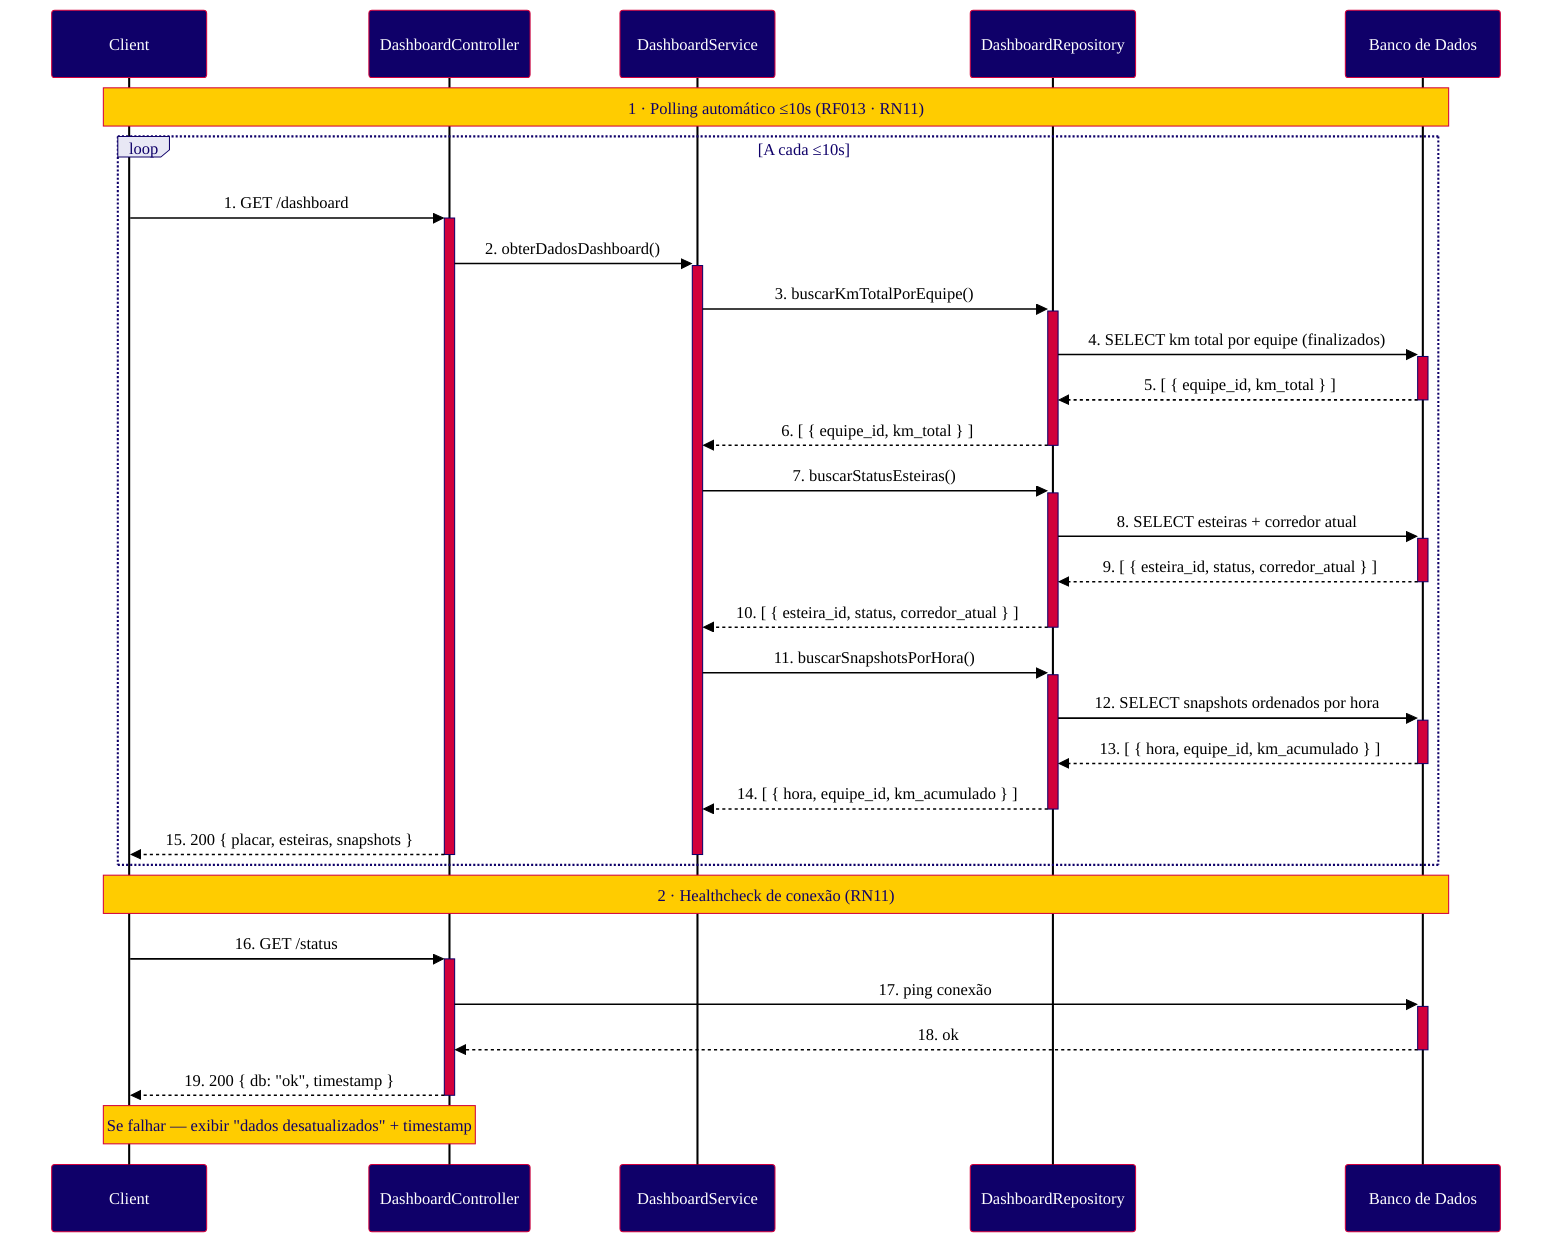
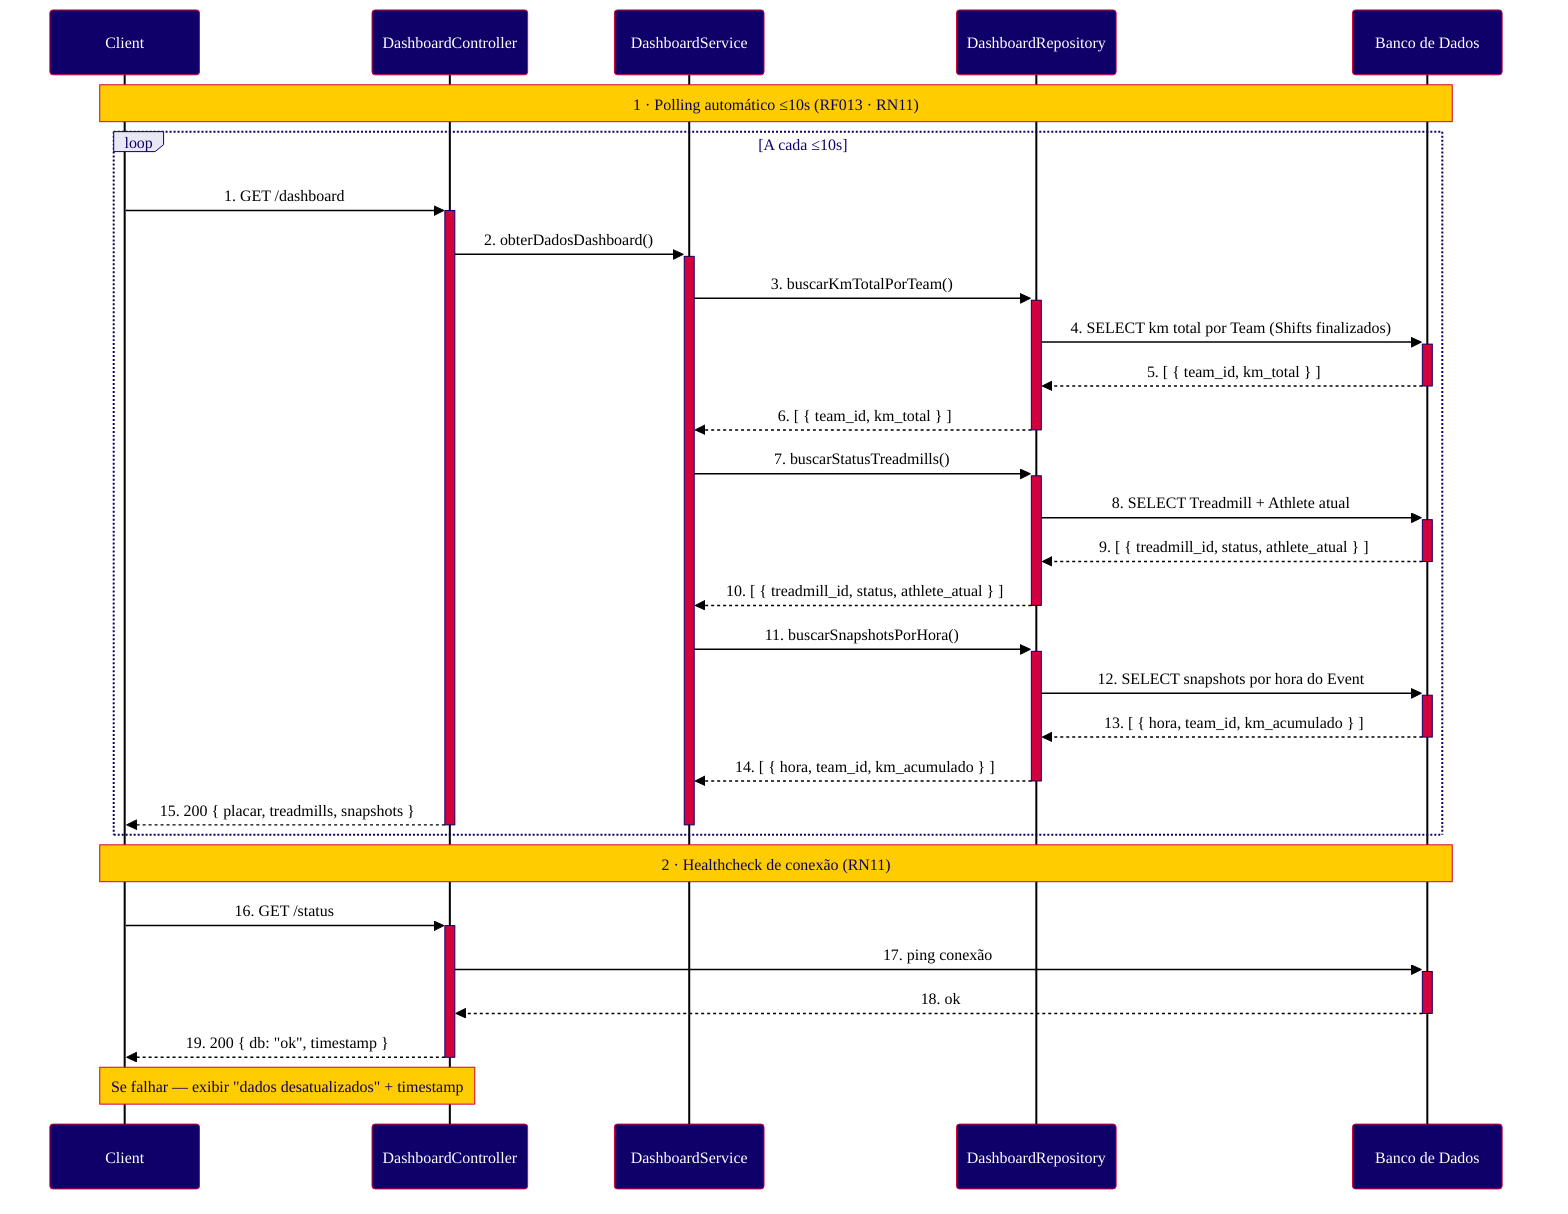

%%{init: {
  "theme": "base",
  "themeVariables": {
    "primaryColor": "#0F0069",
    "primaryTextColor": "#FFFFFF",
    "primaryBorderColor": "#D2003C",
    "secondaryColor": "#D2003C",
    "secondaryTextColor": "#FFFFFF",
    "secondaryBorderColor": "#D2003C",
    "tertiaryColor": "#E8E8F5",
    "tertiaryTextColor": "#0F0069",
    "tertiaryBorderColor": "#0F0069",
    "noteBkgColor": "#FFCC00",
    "noteTextColor": "#0F0069",
    "noteBorderColor": "#D2003C",
    "activationBkgColor": "#D2003C",
    "activationBorderColor": "#0F0069",
    "actorBkg": "#0F0069",
    "actorTextColor": "#FFFFFF",
    "actorBorderColor": "#D2003C",
    "actorLineColor": "#000000",
    "signalColor": "#000000",
    "signalTextColor": "#000000",
    "labelBoxBkgColor": "#E8E8F5",
    "labelBoxBorderColor": "#0F0069",
    "labelTextColor": "#0F0069",
    "loopTextColor": "#0F0069",
    "fontFamily": "Arial, sans-serif",
    "fontSize": "14px",
    "background": "#FFFFFF"
  }
}}%%
sequenceDiagram
    participant C as Client
    participant DC as DashboardController
    participant DS as DashboardService
    participant DR as DashboardRepository
    participant BD as Banco de Dados

    Note over C,BD: 1 · Polling automático ≤10s (RF013 · RN11)

    loop A cada ≤10s
        C->>+DC: 1. GET /dashboard
        DC->>+DS: 2. obterDadosDashboard()
-         DS->>+DR: 3. buscarKmTotalPorEquipe()
-         DR->>+BD: 4. SELECT km total por equipe (finalizados)
-         BD-->>-DR: 5. [ { equipe_id, km_total } ]
-         DR-->>-DS: 6. [ { equipe_id, km_total } ]
-         DS->>+DR: 7. buscarStatusEsteiras()
-         DR->>+BD: 8. SELECT esteiras + corredor atual
-         BD-->>-DR: 9. [ { esteira_id, status, corredor_atual } ]
-         DR-->>-DS: 10. [ { esteira_id, status, corredor_atual } ]
+         DS->>+DR: 3. buscarKmTotalPorTeam()
+         DR->>+BD: 4. SELECT km total por Team (Shifts finalizados)
+         BD-->>-DR: 5. [ { team_id, km_total } ]
+         DR-->>-DS: 6. [ { team_id, km_total } ]
+         DS->>+DR: 7. buscarStatusTreadmills()
+         DR->>+BD: 8. SELECT Treadmill + Athlete atual
+         BD-->>-DR: 9. [ { treadmill_id, status, athlete_atual } ]
+         DR-->>-DS: 10. [ { treadmill_id, status, athlete_atual } ]
        DS->>+DR: 11. buscarSnapshotsPorHora()
-         DR->>+BD: 12. SELECT snapshots ordenados por hora
-         BD-->>-DR: 13. [ { hora, equipe_id, km_acumulado } ]
-         DR-->>-DS: 14. [ { hora, equipe_id, km_acumulado } ]
-         DC-->>-C: 15. 200 { placar, esteiras, snapshots }
+         DR->>+BD: 12. SELECT snapshots por hora do Event
+         BD-->>-DR: 13. [ { hora, team_id, km_acumulado } ]
+         DR-->>-DS: 14. [ { hora, team_id, km_acumulado } ]
+         DC-->>-C: 15. 200 { placar, treadmills, snapshots }
        deactivate DS
    end

    Note over C,BD: 2 · Healthcheck de conexão (RN11)

    C->>+DC: 16. GET /status
    DC->>+BD: 17. ping conexão
    BD-->>-DC: 18. ok
    DC-->>-C: 19. 200 { db: "ok", timestamp }
    Note over C,DC: Se falhar — exibir "dados desatualizados" + timestamp
- 
- 
